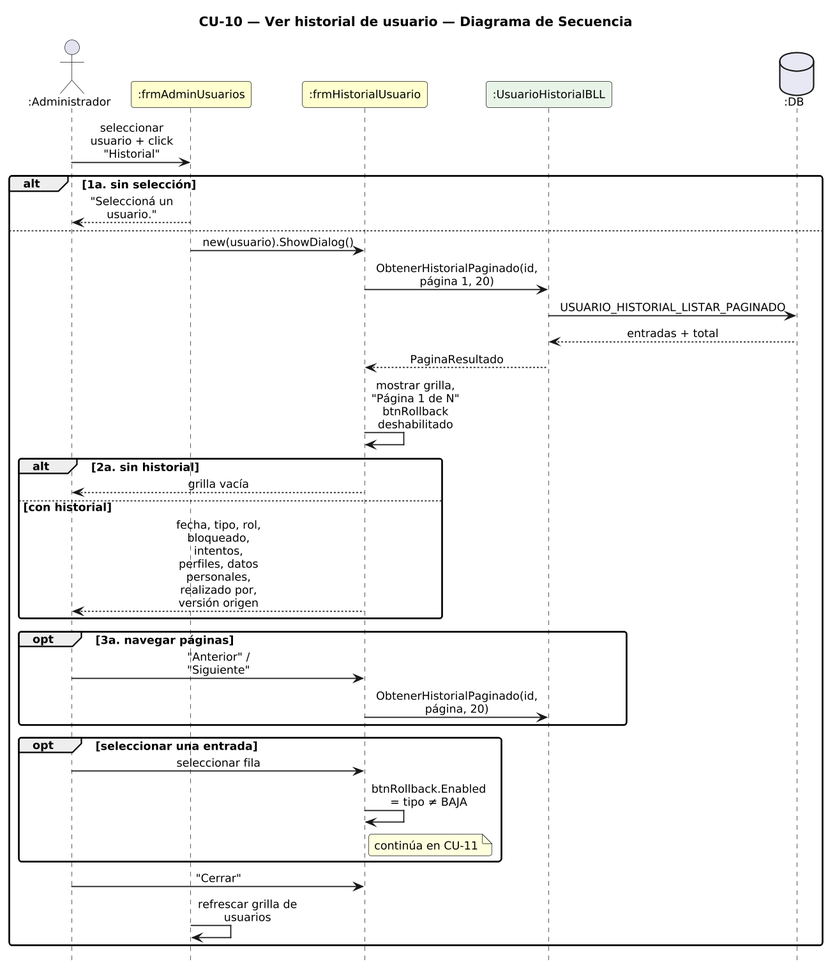
Above: DIAGRAMAS/DiagramaSecuencia_CU10_VerHistorial.png in Urrels/ingenieria_software (PlantUML), before the change.
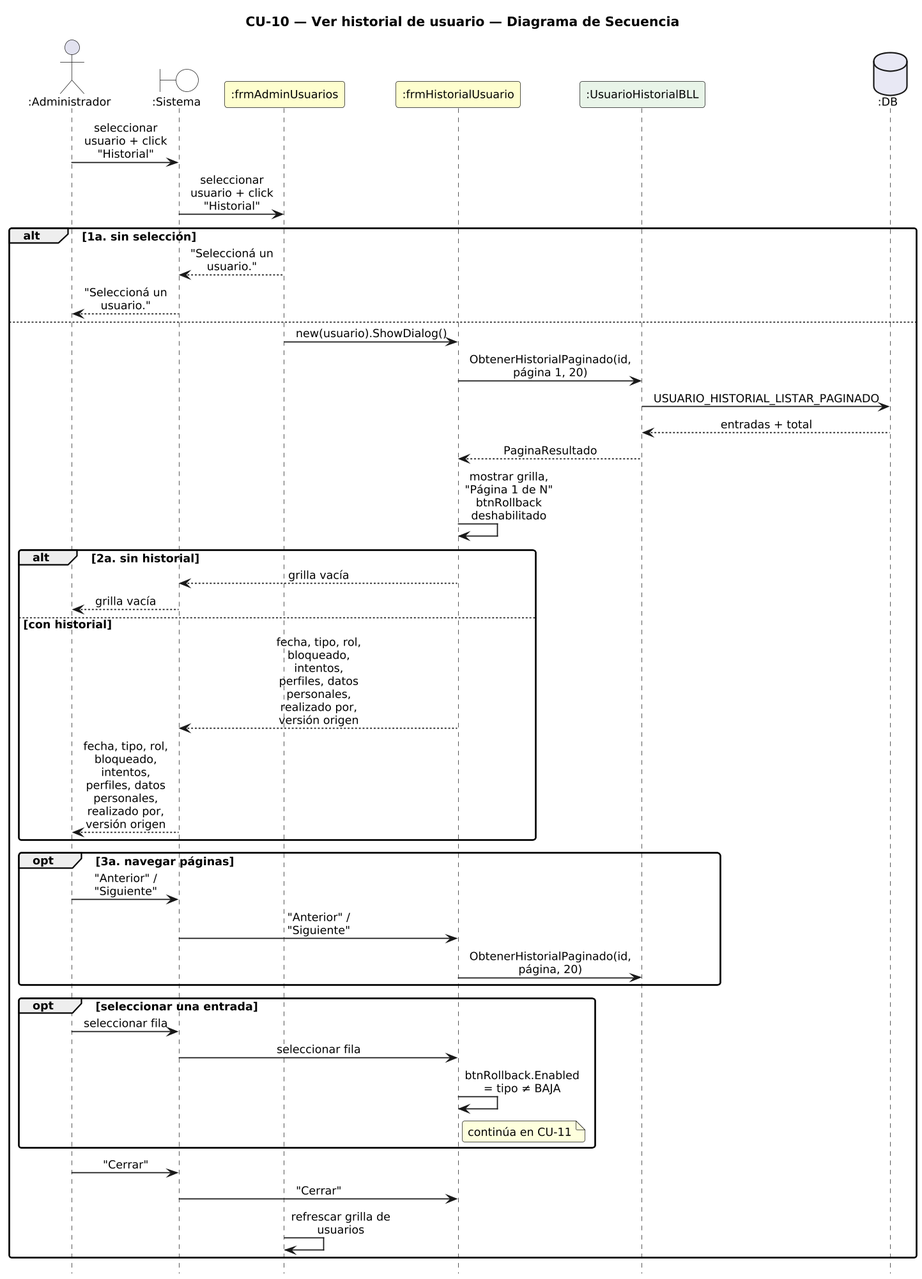
After the change.

Diff of the diagram source:
```diff
@@ -14,14 +14,17 @@
 hide footbox
 
 actor ":Administrador" as A
+boundary ":Sistema" as SYS #FFFFFF
 participant ":frmAdminUsuarios" as F #FEFECE
 participant ":frmHistorialUsuario" as H #FEFECE
 participant ":UsuarioHistorialBLL" as HB #E8F4E8
 database ":DB" as DB #E8E8F4
 
-A -> F : seleccionar usuario + click "Historial"
+A -> SYS : seleccionar usuario + click "Historial"
+SYS -> F : seleccionar usuario + click "Historial"
 alt 1a. sin selección
-  F --> A : "Seleccioná un usuario."
+  F --> SYS : "Seleccioná un usuario."
+  SYS --> A : "Seleccioná un usuario."
 else
   F -> H : new(usuario).ShowDialog()
   H -> HB : ObtenerHistorialPaginado(id, página 1, 20)
@@ -30,20 +33,25 @@
   HB --> H : PaginaResultado
   H -> H : mostrar grilla, "Página 1 de N"\nbtnRollback deshabilitado
   alt 2a. sin historial
-    H --> A : grilla vacía
+    H --> SYS : grilla vacía
+    SYS --> A : grilla vacía
   else con historial
-    H --> A : fecha, tipo, rol, bloqueado, intentos,\nperfiles, datos personales, realizado por,\nversión origen
+    H --> SYS : fecha, tipo, rol, bloqueado, intentos,\nperfiles, datos personales, realizado por,\nversión origen
+    SYS --> A : fecha, tipo, rol, bloqueado, intentos,\nperfiles, datos personales, realizado por,\nversión origen
   end
   opt 3a. navegar páginas
-    A -> H : "Anterior" / "Siguiente"
+    A -> SYS : "Anterior" / "Siguiente"
+    SYS -> H : "Anterior" / "Siguiente"
     H -> HB : ObtenerHistorialPaginado(id, página, 20)
   end
   opt seleccionar una entrada
-    A -> H : seleccionar fila
+    A -> SYS : seleccionar fila
+    SYS -> H : seleccionar fila
     H -> H : btnRollback.Enabled = tipo ≠ BAJA
     note right of H : continúa en CU-11
   end
-  A -> H : "Cerrar"
+  A -> SYS : "Cerrar"
+  SYS -> H : "Cerrar"
   F -> F : refrescar grilla de usuarios
 end
 
```
